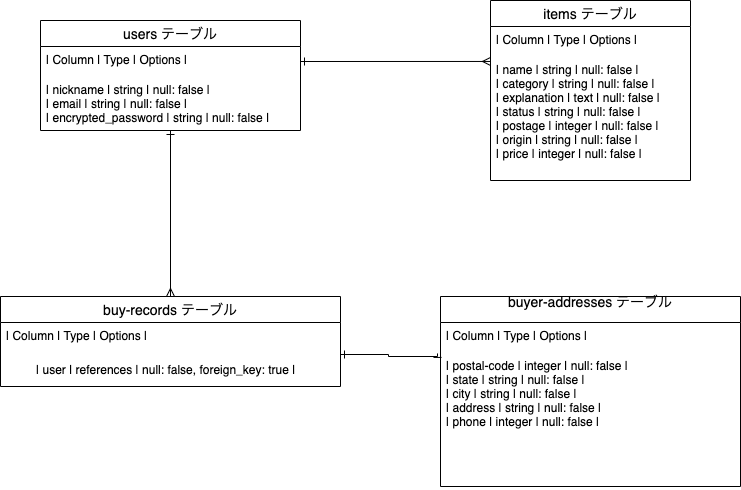
Before: test.png, a diagram exported from draw.io (Kittanokas/furima-36482). Source tidied: cells renumbered, new cells last; positions are measured from the earlier drawing's top-left corner, leaving out a move shared by most shapes.
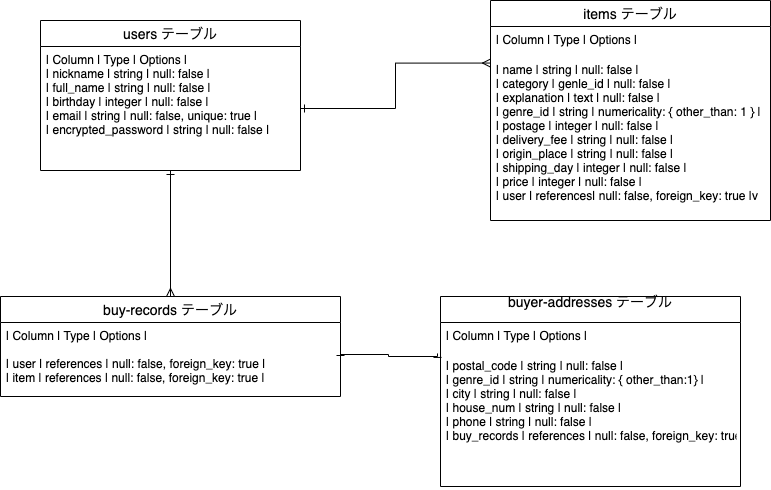
Above is the later version.

Diff of the diagram source:
```diff
@@ -3,31 +3,28 @@
     <mxCell id="0" />
     <mxCell id="1" parent="0" />
     <mxCell id="2" value="users テーブル" style="swimlane;fontStyle=0;horizontal=1;startSize=26;align=center;fontSize=14;" parent="1" vertex="1">
-      <mxGeometry x="40" y="20" width="260" height="110" as="geometry" />
+      <mxGeometry x="40" y="20" width="260" height="150" as="geometry" />
     </mxCell>
-    <mxCell id="3" value="| Column                | Type     | Options      |" style="text;strokeColor=none;fillColor=none;spacingLeft=4;spacingRight=4;overflow=hidden;points=[[0,0.5],[1,0.5]];portConstraint=eastwest;fontSize=12;" parent="2" vertex="1">
-      <mxGeometry y="26" width="260" height="30" as="geometry" />
+    <mxCell id="3" value="| Column                | Type     | Options      |&#10;| nickname              | string   | null: false                |&#10;| full_name             | string   | null: false                |&#10;| birthday              | integer  | null: false                |&#10;| email                 | string   | null: false, unique: true  |&#10;| encrypted_password    | string   | null: false                |&#10;" style="text;strokeColor=none;fillColor=none;spacingLeft=4;spacingRight=4;overflow=hidden;points=[[0,0.5],[1,0.5]];portConstraint=eastwest;fontSize=12;" parent="2" vertex="1">
+      <mxGeometry y="26" width="260" height="124" as="geometry" />
     </mxCell>
-    <mxCell id="4" value="| nickname              | string   | null: false  |&#10;| email                 | string   | null: false  |&#10;| encrypted_password    | string   | null: false  |&#10;" style="text;strokeColor=none;fillColor=none;spacingLeft=4;spacingRight=4;overflow=hidden;fontSize=12;" parent="2" vertex="1">
-      <mxGeometry y="56" width="260" height="54" as="geometry" />
-    </mxCell>
     <mxCell id="5" value=" items テーブル" style="swimlane;fontStyle=0;horizontal=1;startSize=26;align=center;fontSize=14;" parent="1" vertex="1">
-      <mxGeometry x="490" width="200" height="180" as="geometry" />
+      <mxGeometry x="490" width="280" height="220" as="geometry" />
     </mxCell>
     <mxCell id="6" value="| Column          | Type    | Options     |" style="text;strokeColor=none;fillColor=none;spacingLeft=4;spacingRight=4;overflow=hidden;fontSize=12;" parent="5" vertex="1">
-      <mxGeometry y="26" width="200" height="30" as="geometry" />
+      <mxGeometry y="26" width="280" height="30" as="geometry" />
     </mxCell>
-    <mxCell id="7" value="| name            | string  | null: false |&#10;| category        | string  | null: false |&#10;| explanation     | text    | null: false |&#10;| status          | string  | null: false |&#10;| postage         | integer | null: false |&#10;| origin          | string  | null: false |&#10;| price           | integer | null: false |" style="text;strokeColor=none;fillColor=none;spacingLeft=4;spacingRight=4;overflow=hidden;points=[[0,0.5],[1,0.5]];portConstraint=eastwest;fontSize=12;" parent="5" vertex="1">
-      <mxGeometry y="56" width="200" height="124" as="geometry" />
+    <mxCell id="7" value="| name            | string    | null: false                     |&#10;| category        | genle_id  | null: false                     |&#10;| explanation     | text      | null: false                     |&#10;| genre_id        | string    | numericality: { other_than: 1 } |&#10;| postage         | integer   | null: false                     |&#10;| delivery_fee    | string    | null: false                     |&#10;| origin_place    | string    | null: false                     |&#10;| shipping_day    | integer   | null: false                     |&#10;| price           | integer   | null: false                     |&#10;| user            | references| null: false, foreign_key: true  |v" style="text;strokeColor=none;fillColor=none;spacingLeft=4;spacingRight=4;overflow=hidden;points=[[0,0.5],[1,0.5]];portConstraint=eastwest;fontSize=12;" parent="5" vertex="1">
+      <mxGeometry y="56" width="280" height="164" as="geometry" />
     </mxCell>
     <mxCell id="8" style="edgeStyle=orthogonalEdgeStyle;rounded=0;jettySize=auto;html=1;exitX=0.5;exitY=0;exitDx=0;exitDy=0;entryX=0.5;entryY=1;entryDx=0;entryDy=0;endArrow=ERone;endFill=0;startArrow=ERmany;startFill=0;" parent="1" edge="1" source="9" target="2">
       <mxGeometry relative="1" as="geometry" />
     </mxCell>
     <mxCell id="9" value=" buy-records テーブル" style="swimlane;fontStyle=0;horizontal=1;startSize=26;align=center;fontSize=14;" parent="1" vertex="1">
-      <mxGeometry y="296" width="340" height="90" as="geometry" />
+      <mxGeometry y="296" width="340" height="100" as="geometry" />
     </mxCell>
-    <mxCell id="10" value="| Column   | Type       | Options                        |" style="text;strokeColor=none;fillColor=none;spacingLeft=4;spacingRight=4;overflow=hidden;points=[[0,0.5],[1,0.5]];portConstraint=eastwest;fontSize=12;" parent="9" vertex="1">
-      <mxGeometry y="26" width="340" height="64" as="geometry" />
+    <mxCell id="10" value="| Column   | Type       | Options                        |&#10;&#10;| user     | references | null: false, foreign_key: true |&#10;| item     | references | null: false, foreign_key: true |" style="text;strokeColor=none;fillColor=none;spacingLeft=4;spacingRight=4;overflow=hidden;points=[[0,0.5],[1,0.5]];portConstraint=eastwest;fontSize=12;" parent="9" vertex="1">
+      <mxGeometry y="26" width="340" height="74" as="geometry" />
     </mxCell>
     <mxCell id="11" value="buyer-addresses テーブル&#10;" style="swimlane;fontStyle=0;horizontal=1;startSize=26;align=center;fontSize=14;" parent="1" vertex="1">
       <mxGeometry x="440" y="296" width="300" height="190" as="geometry" />
@@ -35,12 +32,9 @@
     <mxCell id="12" value="| Column       | Type       | Options                        |" style="text;strokeColor=none;fillColor=none;spacingLeft=4;spacingRight=4;overflow=hidden;fontSize=12;" parent="11" vertex="1">
       <mxGeometry y="26" width="300" height="30" as="geometry" />
     </mxCell>
-    <mxCell id="13" value="| postal-code  | integer    | null: false                    |&#10;| state        | string     | null: false                    |&#10;| city         | string     | null: false                    |&#10;| address      | string     | null: false                    |&#10;| phone        | integer    | null: false                    |" style="text;strokeColor=none;fillColor=none;spacingLeft=4;spacingRight=4;overflow=hidden;points=[[0,0.5],[1,0.5]];portConstraint=eastwest;fontSize=12;" parent="11" vertex="1">
+    <mxCell id="13" value="| postal_code  | string     | null: false                    |&#10;| genre_id     | string     | numericality: { other_than:1}  |&#10;| city         | string     | null: false                    |&#10;| house_num    | string     | null: false                    |&#10;| phone        | string     | null: false                    |&#10;| buy_records  | references | null: false, foreign_key: true |" style="text;strokeColor=none;fillColor=none;spacingLeft=4;spacingRight=4;overflow=hidden;points=[[0,0.5],[1,0.5]];portConstraint=eastwest;fontSize=12;" parent="11" vertex="1">
       <mxGeometry y="56" width="300" height="134" as="geometry" />
     </mxCell>
-    <mxCell id="14" value="| user     | references | null: false, foreign_key: true |&#10;" style="text;strokeColor=none;fillColor=none;spacingLeft=4;spacingRight=4;overflow=hidden;fontSize=12;" parent="1" vertex="1">
-      <mxGeometry x="30" y="356" width="340" height="30" as="geometry" />
-    </mxCell>
     <mxCell id="15" style="edgeStyle=orthogonalEdgeStyle;rounded=0;jettySize=auto;html=1;exitX=1;exitY=0.5;exitDx=0;exitDy=0;entryX=0;entryY=0.04;entryDx=0;entryDy=0;entryPerimeter=0;endArrow=ERmany;endFill=0;startArrow=ERone;startFill=0;" parent="1" edge="1" source="3" target="7">
       <mxGeometry relative="1" as="geometry" />
     </mxCell>
```
